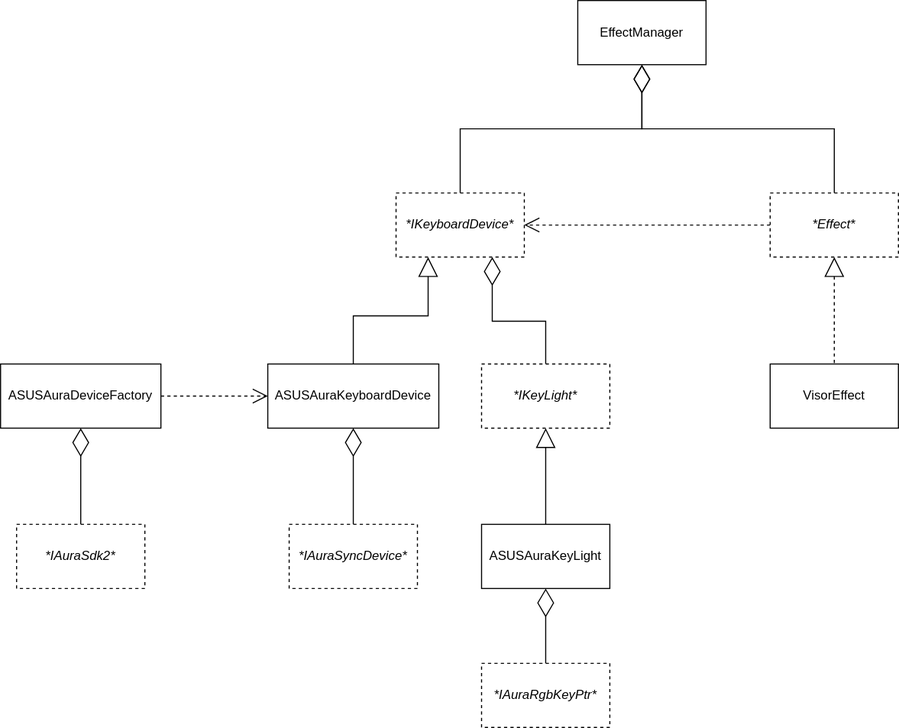
Before: resources/Architecture.svg, a diagram exported from draw.io (JE-FH/RGBStudio). Source tidied: cells renumbered, new cells last; positions are measured from the earlier drawing's top-left corner, leaving out a move shared by most shapes.
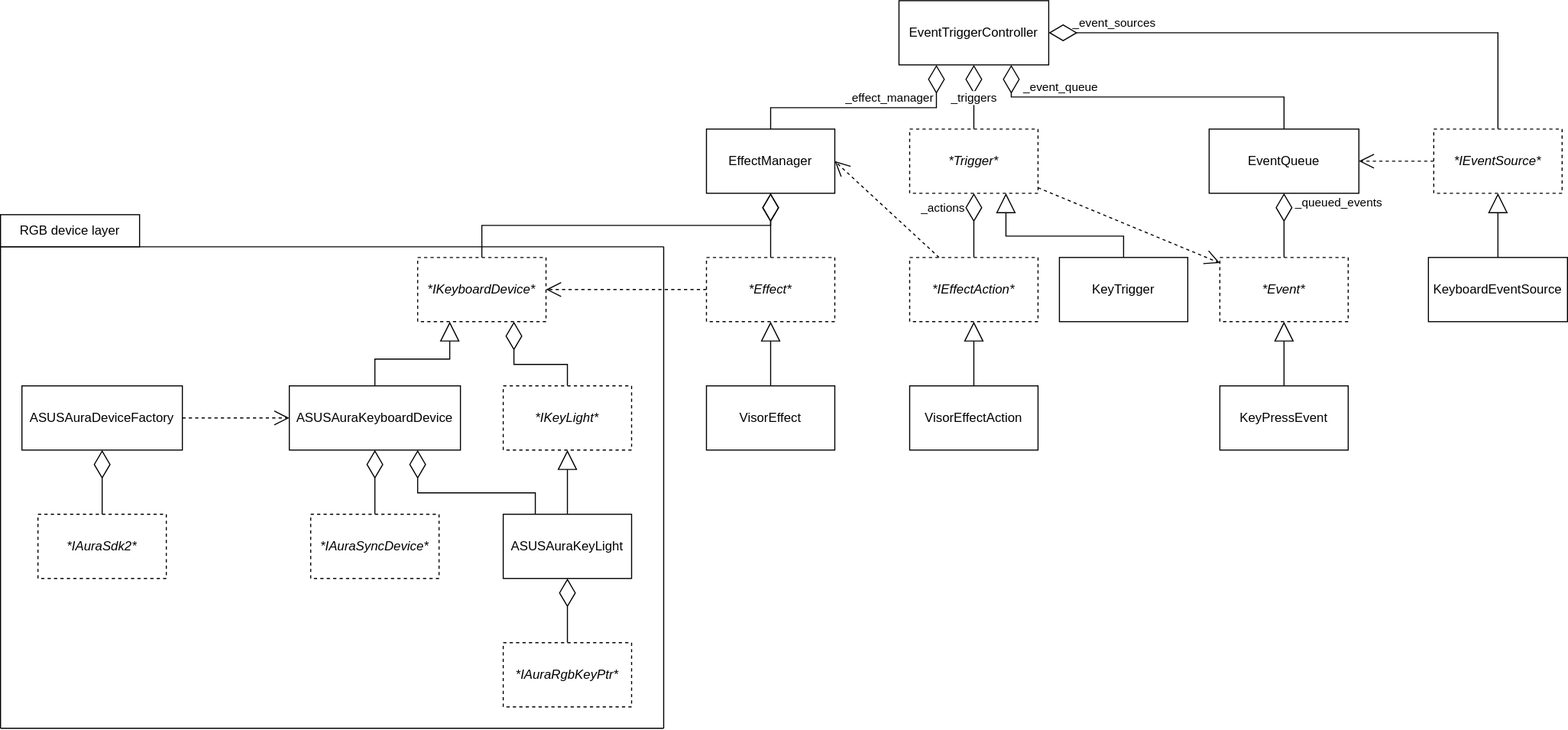
The same diagram one commit later.

Change to the diagram source:
```diff
@@ -1,4 +1,4 @@
-<mxGraphModel background="#ffffff">
+<mxGraphModel>
   <root>
     <mxCell id="0" />
     <mxCell id="1" parent="0" />
@@ -9,16 +9,16 @@
       <mxGeometry relative="1" as="geometry" />
     </mxCell>
     <mxCell id="4" value="*IKeyboardDevice*" style="rounded=0;whiteSpace=wrap;html=1;dashed=1;fontStyle=2;" parent="1" vertex="1">
-      <mxGeometry x="370" y="180" width="120" height="60" as="geometry" />
+      <mxGeometry x="270" y="210" width="120" height="60" as="geometry" />
     </mxCell>
     <mxCell id="5" style="edgeStyle=orthogonalEdgeStyle;rounded=0;jettySize=auto;html=1;entryX=0.5;entryY=0;entryDx=0;entryDy=0;startArrow=diamondThin;startFill=0;endArrow=none;endFill=0;startSize=24;endSize=12;" parent="1" edge="1" source="7" target="12">
       <mxGeometry relative="1" as="geometry" />
     </mxCell>
-    <mxCell id="6" style="edgeStyle=orthogonalEdgeStyle;rounded=0;jumpStyle=none;jettySize=auto;html=1;exitX=0.75;exitY=1;exitDx=0;exitDy=0;entryX=0.25;entryY=0;entryDx=0;entryDy=0;startArrow=diamondThin;startFill=0;endArrow=none;endFill=0;startSize=24;endSize=12;strokeColor=default;" parent="1" edge="1" source="7" target="16">
+    <mxCell id="6" style="edgeStyle=orthogonalEdgeStyle;rounded=0;jumpStyle=none;jettySize=auto;html=1;exitX=0.75;exitY=1;exitDx=0;exitDy=0;entryX=0.25;entryY=0;entryDx=0;entryDy=0;startArrow=diamondThin;startFill=0;endArrow=none;endFill=0;startSize=24;endSize=12;" parent="1" edge="1" source="7" target="16">
       <mxGeometry relative="1" as="geometry" />
     </mxCell>
     <mxCell id="7" value="ASUSAuraKeyboardDevice" style="rounded=0;whiteSpace=wrap;html=1;align=center;" parent="1" vertex="1">
-      <mxGeometry x="250" y="340" width="160" height="60" as="geometry" />
+      <mxGeometry x="150" y="330" width="160" height="60" as="geometry" />
     </mxCell>
     <mxCell id="8" style="edgeStyle=orthogonalEdgeStyle;rounded=0;jettySize=auto;html=1;exitX=1;exitY=0.5;exitDx=0;exitDy=0;entryX=0;entryY=0.5;entryDx=0;entryDy=0;startArrow=none;startFill=0;endArrow=open;endFill=0;startSize=16;dashed=1;endSize=12;" parent="1" edge="1" source="10" target="7">
       <mxGeometry relative="1" as="geometry" />
@@ -27,59 +27,195 @@
       <mxGeometry relative="1" as="geometry" />
     </mxCell>
     <mxCell id="10" value="ASUSAuraDeviceFactory" style="rounded=0;whiteSpace=wrap;html=1;" parent="1" vertex="1">
-      <mxGeometry y="340" width="150" height="60" as="geometry" />
+      <mxGeometry x="-100" y="330" width="150" height="60" as="geometry" />
     </mxCell>
     <mxCell id="11" value="*IAuraSdk2*" style="rounded=0;whiteSpace=wrap;html=1;dashed=1;fontStyle=2;" parent="1" vertex="1">
-      <mxGeometry x="15" y="490" width="120" height="60" as="geometry" />
+      <mxGeometry x="-85" y="450" width="120" height="60" as="geometry" />
     </mxCell>
     <mxCell id="12" value="*IAuraSyncDevice*" style="rounded=0;whiteSpace=wrap;html=1;dashed=1;fontStyle=2;" parent="1" vertex="1">
-      <mxGeometry x="270" y="490" width="120" height="60" as="geometry" />
+      <mxGeometry x="170" y="450" width="120" height="60" as="geometry" />
     </mxCell>
     <mxCell id="13" style="edgeStyle=orthogonalEdgeStyle;rounded=0;jettySize=auto;html=1;entryX=0.5;entryY=0;entryDx=0;entryDy=0;startArrow=block;startFill=0;endArrow=none;endFill=0;startSize=16;endSize=12;" parent="1" edge="1" source="14" target="16">
       <mxGeometry relative="1" as="geometry" />
     </mxCell>
     <mxCell id="14" value="*IKeyLight*" style="rounded=0;whiteSpace=wrap;html=1;dashed=1;fontStyle=2;" parent="1" vertex="1">
-      <mxGeometry x="450" y="340" width="120" height="60" as="geometry" />
+      <mxGeometry x="350" y="330" width="120" height="60" as="geometry" />
     </mxCell>
     <mxCell id="15" style="edgeStyle=orthogonalEdgeStyle;rounded=0;jettySize=auto;html=1;startArrow=diamondThin;startFill=0;endArrow=none;endFill=0;startSize=24;endSize=12;entryX=0.5;entryY=0;entryDx=0;entryDy=0;" parent="1" edge="1" source="16" target="17">
       <mxGeometry relative="1" as="geometry" />
     </mxCell>
     <mxCell id="16" value="ASUSAuraKeyLight" style="rounded=0;whiteSpace=wrap;html=1;" parent="1" vertex="1">
-      <mxGeometry x="450" y="490" width="120" height="60" as="geometry" />
+      <mxGeometry x="350" y="450" width="120" height="60" as="geometry" />
     </mxCell>
     <mxCell id="17" value="*IAuraRgbKeyPtr*" style="rounded=0;whiteSpace=wrap;html=1;dashed=1;fontStyle=2;" parent="1" vertex="1">
-      <mxGeometry x="450" y="620" width="120" height="60" as="geometry" />
+      <mxGeometry x="350" y="570" width="120" height="60" as="geometry" />
     </mxCell>
     <mxCell id="18" style="edgeStyle=orthogonalEdgeStyle;rounded=0;jumpStyle=none;jettySize=auto;html=1;entryX=1;entryY=0.5;entryDx=0;entryDy=0;dashed=1;startArrow=none;startFill=0;endArrow=open;endFill=0;startSize=24;endSize=12;" parent="1" edge="1" source="20" target="4">
       <mxGeometry relative="1" as="geometry" />
     </mxCell>
-    <mxCell id="19" style="edgeStyle=orthogonalEdgeStyle;rounded=0;jumpStyle=none;jettySize=auto;html=1;exitX=0.5;exitY=1;exitDx=0;exitDy=0;entryX=0.5;entryY=0;entryDx=0;entryDy=0;dashed=1;startArrow=block;startFill=0;endArrow=none;endFill=0;startSize=16;endSize=12;" parent="1" edge="1" source="20" target="21">
+    <mxCell id="19" style="edgeStyle=orthogonalEdgeStyle;rounded=0;jumpStyle=none;jettySize=auto;html=1;exitX=0.5;exitY=1;exitDx=0;exitDy=0;entryX=0.5;entryY=0;entryDx=0;entryDy=0;startArrow=block;startFill=0;endArrow=none;endFill=0;startSize=16;endSize=12;" parent="1" edge="1" source="20" target="21">
       <mxGeometry relative="1" as="geometry" />
     </mxCell>
     <mxCell id="20" value="*Effect*" style="rounded=0;whiteSpace=wrap;html=1;dashed=1;fontStyle=2;" parent="1" vertex="1">
-      <mxGeometry x="720" y="180" width="120" height="60" as="geometry" />
+      <mxGeometry x="540" y="210" width="120" height="60" as="geometry" />
     </mxCell>
     <mxCell id="21" value="VisorEffect" style="rounded=0;whiteSpace=wrap;html=1;" parent="1" vertex="1">
-      <mxGeometry x="720" y="340" width="120" height="60" as="geometry" />
+      <mxGeometry x="540" y="330" width="120" height="60" as="geometry" />
     </mxCell>
     <mxCell id="22" style="edgeStyle=orthogonalEdgeStyle;rounded=0;jumpStyle=none;jettySize=auto;html=1;entryX=0.5;entryY=0;entryDx=0;entryDy=0;startArrow=diamondThin;startFill=0;endArrow=none;endFill=0;startSize=24;endSize=12;exitX=0.5;exitY=1;exitDx=0;exitDy=0;" parent="1" edge="1" source="24" target="4">
       <mxGeometry relative="1" as="geometry">
         <Array as="points">
-          <mxPoint x="600" y="120" />
-          <mxPoint x="430" y="120" />
+          <mxPoint x="600" y="180" />
+          <mxPoint x="330" y="180" />
         </Array>
       </mxGeometry>
     </mxCell>
     <mxCell id="23" style="edgeStyle=orthogonalEdgeStyle;rounded=0;jumpStyle=none;jettySize=auto;html=1;exitX=0.5;exitY=1;exitDx=0;exitDy=0;entryX=0.5;entryY=0;entryDx=0;entryDy=0;startArrow=diamondThin;startFill=0;endArrow=none;endFill=0;startSize=24;endSize=12;" parent="1" edge="1" source="24" target="20">
       <mxGeometry relative="1" as="geometry">
         <Array as="points">
-          <mxPoint x="600" y="120" />
-          <mxPoint x="780" y="120" />
+          <mxPoint x="600" y="200" />
+          <mxPoint x="600" y="200" />
         </Array>
       </mxGeometry>
     </mxCell>
     <mxCell id="24" value="EffectManager" style="rounded=0;whiteSpace=wrap;html=1;" parent="1" vertex="1">
-      <mxGeometry x="540" width="120" height="60" as="geometry" />
+      <mxGeometry x="540" y="90" width="120" height="60" as="geometry" />
     </mxCell>
+    <mxCell id="25" style="edgeStyle=orthogonalEdgeStyle;html=1;entryX=0.5;entryY=0;entryDx=0;entryDy=0;startArrow=diamondThin;startFill=0;endArrow=none;endFill=0;endSize=24;startSize=24;rounded=0;exitX=0.25;exitY=1;exitDx=0;exitDy=0;" parent="1" edge="1" source="35" target="24">
+      <mxGeometry relative="1" as="geometry">
+        <Array as="points">
+          <mxPoint x="755" y="70" />
+          <mxPoint x="600" y="70" />
+        </Array>
+      </mxGeometry>
+    </mxCell>
+    <mxCell id="26" value="_effect_manager" style="edgeLabel;html=1;align=center;verticalAlign=middle;" parent="25" vertex="1">
+      <mxGeometry x="-0.23" y="-2" relative="1" as="geometry">
+        <mxPoint x="-2" y="-8" as="offset" />
+      </mxGeometry>
+    </mxCell>
+    <mxCell id="27" style="edgeStyle=orthogonalEdgeStyle;rounded=0;html=1;exitX=1;exitY=0.5;exitDx=0;exitDy=0;entryX=0.5;entryY=0;entryDx=0;entryDy=0;startArrow=diamondThin;startFill=0;endArrow=none;endFill=0;startSize=24;endSize=24;" parent="1" edge="1" source="35" target="37">
+      <mxGeometry relative="1" as="geometry" />
+    </mxCell>
+    <mxCell id="28" value="_event_sources" style="edgeLabel;html=1;align=center;verticalAlign=middle;" parent="27" vertex="1">
+      <mxGeometry x="-0.78" relative="1" as="geometry">
+        <mxPoint x="4" y="-10" as="offset" />
+      </mxGeometry>
+    </mxCell>
+    <mxCell id="29" style="edgeStyle=orthogonalEdgeStyle;html=1;entryX=0.5;entryY=0;entryDx=0;entryDy=0;endArrow=none;endFill=0;startArrow=diamondThin;startFill=0;startSize=24;rounded=0;exitX=0.5;exitY=1;exitDx=0;exitDy=0;" parent="1" edge="1" source="44" target="43">
+      <mxGeometry relative="1" as="geometry" />
+    </mxCell>
+    <mxCell id="30" value="_queued_events" style="edgeLabel;html=1;align=center;verticalAlign=middle;" parent="29" vertex="1">
+      <mxGeometry x="-0.53" y="-1" relative="1" as="geometry">
+        <mxPoint x="51" y="-6" as="offset" />
+      </mxGeometry>
+    </mxCell>
+    <mxCell id="31" style="edgeStyle=orthogonalEdgeStyle;rounded=0;html=1;exitX=0.75;exitY=1;exitDx=0;exitDy=0;entryX=0.5;entryY=0;entryDx=0;entryDy=0;startArrow=diamondThin;startFill=0;endArrow=none;endFill=0;startSize=24;endSize=12;" parent="1" edge="1" source="35" target="44">
+      <mxGeometry relative="1" as="geometry" />
+    </mxCell>
+    <mxCell id="32" value="_event_queue" style="edgeLabel;html=1;align=center;verticalAlign=middle;" parent="31" vertex="1">
+      <mxGeometry x="-0.4" y="1" relative="1" as="geometry">
+        <mxPoint x="-19" y="-9" as="offset" />
+      </mxGeometry>
+    </mxCell>
+    <mxCell id="33" style="edgeStyle=orthogonalEdgeStyle;rounded=0;html=1;entryX=0.5;entryY=0;entryDx=0;entryDy=0;startArrow=diamondThin;startFill=0;endArrow=none;endFill=0;startSize=24;endSize=12;" parent="1" edge="1" source="35" target="42">
+      <mxGeometry relative="1" as="geometry" />
+    </mxCell>
+    <mxCell id="34" value="_triggers" style="edgeLabel;html=1;align=center;verticalAlign=middle;" parent="33" vertex="1">
+      <mxGeometry x="0.68" y="-1" relative="1" as="geometry">
+        <mxPoint y="-20" as="offset" />
+      </mxGeometry>
+    </mxCell>
+    <mxCell id="35" value="EventTriggerController" style="rounded=0;whiteSpace=wrap;html=1;" parent="1" vertex="1">
+      <mxGeometry x="720" y="-30" width="140" height="60" as="geometry" />
+    </mxCell>
+    <mxCell id="36" style="edgeStyle=none;rounded=0;html=1;exitX=0;exitY=0.5;exitDx=0;exitDy=0;entryX=1;entryY=0.5;entryDx=0;entryDy=0;startArrow=none;startFill=0;endArrow=open;endFill=0;startSize=24;endSize=12;dashed=1;" parent="1" edge="1" source="37" target="44">
+      <mxGeometry relative="1" as="geometry" />
+    </mxCell>
+    <mxCell id="37" value="*IEventSource*" style="rounded=0;whiteSpace=wrap;html=1;fontStyle=2;dashed=1;" parent="1" vertex="1">
+      <mxGeometry x="1220" y="90" width="120" height="60" as="geometry" />
+    </mxCell>
+    <mxCell id="38" style="edgeStyle=none;rounded=0;html=1;dashed=1;startArrow=none;startFill=0;endArrow=open;endFill=0;startSize=24;endSize=12;" parent="1" edge="1" source="42" target="43">
+      <mxGeometry relative="1" as="geometry" />
+    </mxCell>
+    <mxCell id="39" style="edgeStyle=orthogonalEdgeStyle;rounded=0;html=1;entryX=0.5;entryY=0;entryDx=0;entryDy=0;startArrow=diamondThin;startFill=0;endArrow=none;endFill=0;startSize=24;endSize=12;" parent="1" edge="1" source="42" target="56">
+      <mxGeometry relative="1" as="geometry" />
+    </mxCell>
+    <mxCell id="40" value="_actions" style="edgeLabel;html=1;align=center;verticalAlign=middle;" parent="39" vertex="1">
+      <mxGeometry x="-0.42" y="7" relative="1" as="geometry">
+        <mxPoint x="-37" y="-4" as="offset" />
+      </mxGeometry>
+    </mxCell>
+    <mxCell id="41" style="edgeStyle=orthogonalEdgeStyle;rounded=0;html=1;exitX=0.75;exitY=1;exitDx=0;exitDy=0;entryX=0.5;entryY=0;entryDx=0;entryDy=0;startArrow=block;startFill=0;endArrow=none;endFill=0;startSize=16;endSize=12;" parent="1" edge="1" source="42" target="58">
+      <mxGeometry relative="1" as="geometry">
+        <Array as="points">
+          <mxPoint x="820" y="190" />
+          <mxPoint x="930" y="190" />
+        </Array>
+      </mxGeometry>
+    </mxCell>
+    <mxCell id="42" value="*Trigger*" style="rounded=0;whiteSpace=wrap;html=1;dashed=1;fontStyle=2;" parent="1" vertex="1">
+      <mxGeometry x="730" y="90" width="120" height="60" as="geometry" />
+    </mxCell>
+    <mxCell id="43" value="*Event*" style="rounded=0;whiteSpace=wrap;html=1;fontStyle=2;dashed=1;" parent="1" vertex="1">
+      <mxGeometry x="1020" y="210" width="120" height="60" as="geometry" />
+    </mxCell>
+    <mxCell id="44" value="EventQueue" style="rounded=0;whiteSpace=wrap;html=1;" parent="1" vertex="1">
+      <mxGeometry x="1010" y="90" width="140" height="60" as="geometry" />
+    </mxCell>
+    <mxCell id="45" style="edgeStyle=none;rounded=0;html=1;entryX=0.5;entryY=1;entryDx=0;entryDy=0;startArrow=none;startFill=0;endArrow=block;endFill=0;startSize=24;endSize=16;" parent="1" edge="1" source="46" target="43">
+      <mxGeometry relative="1" as="geometry" />
+    </mxCell>
+    <mxCell id="46" value="KeyPressEvent" style="rounded=0;whiteSpace=wrap;html=1;" parent="1" vertex="1">
+      <mxGeometry x="1020" y="330" width="120" height="60" as="geometry" />
+    </mxCell>
+    <mxCell id="47" style="edgeStyle=none;rounded=0;html=1;exitX=0.5;exitY=0;exitDx=0;exitDy=0;entryX=0.5;entryY=1;entryDx=0;entryDy=0;startArrow=none;startFill=0;endArrow=block;endFill=0;startSize=24;endSize=16;" parent="1" edge="1" source="48" target="37">
+      <mxGeometry relative="1" as="geometry" />
+    </mxCell>
+    <mxCell id="48" value="KeyboardEventSource" style="rounded=0;whiteSpace=wrap;html=1;" parent="1" vertex="1">
+      <mxGeometry x="1215" y="210" width="130" height="60" as="geometry" />
+    </mxCell>
+    <mxCell id="49" style="endArrow=none;html=1;startSize=24;endSize=12;startArrow=none;startFill=0;" parent="1" edge="1">
+      <mxGeometry relative="1" as="geometry">
+        <mxPoint x="-120" y="650" as="sourcePoint" />
+        <mxPoint x="-120" y="200" as="targetPoint" />
+      </mxGeometry>
+    </mxCell>
+    <mxCell id="50" style="endArrow=none;html=1;startSize=24;endSize=12;" parent="1" edge="1">
+      <mxGeometry relative="1" as="geometry">
+        <mxPoint x="-120" y="650" as="sourcePoint" />
+        <mxPoint x="500" y="650" as="targetPoint" />
+      </mxGeometry>
+    </mxCell>
+    <mxCell id="51" style="endArrow=none;html=1;startSize=24;endSize=12;" parent="1" edge="1">
+      <mxGeometry relative="1" as="geometry">
+        <mxPoint x="-120" y="200" as="sourcePoint" />
+        <mxPoint x="500" y="200" as="targetPoint" />
+      </mxGeometry>
+    </mxCell>
+    <mxCell id="52" style="endArrow=none;html=1;startSize=24;endSize=12;" parent="1" edge="1">
+      <mxGeometry relative="1" as="geometry">
+        <mxPoint x="500" y="200" as="sourcePoint" />
+        <mxPoint x="500" y="650" as="targetPoint" />
+      </mxGeometry>
+    </mxCell>
+    <mxCell id="53" value="RGB device layer" style="rounded=0;whiteSpace=wrap;html=1;" parent="1" vertex="1">
+      <mxGeometry x="-120" y="170" width="130" height="30" as="geometry" />
+    </mxCell>
+    <mxCell id="54" style="edgeStyle=none;rounded=0;html=1;entryX=1;entryY=0.5;entryDx=0;entryDy=0;dashed=1;startArrow=none;startFill=0;endArrow=open;endFill=0;startSize=24;endSize=12;" parent="1" edge="1" source="56" target="24">
+      <mxGeometry relative="1" as="geometry" />
+    </mxCell>
+    <mxCell id="55" style="edgeStyle=orthogonalEdgeStyle;rounded=0;html=1;exitX=0.5;exitY=1;exitDx=0;exitDy=0;entryX=0.5;entryY=0;entryDx=0;entryDy=0;startArrow=block;startFill=0;endArrow=none;endFill=0;startSize=16;endSize=12;" parent="1" edge="1" source="56" target="57">
+      <mxGeometry relative="1" as="geometry" />
+    </mxCell>
+    <mxCell id="56" value="*IEffectAction*" style="rounded=0;whiteSpace=wrap;html=1;dashed=1;fontStyle=2;" parent="1" vertex="1">
+      <mxGeometry x="730" y="210" width="120" height="60" as="geometry" />
+    </mxCell>
+    <mxCell id="57" value="VisorEffectAction" style="rounded=0;whiteSpace=wrap;html=1;" parent="1" vertex="1">
+      <mxGeometry x="730" y="330" width="120" height="60" as="geometry" />
+    </mxCell>
+    <mxCell id="58" value="KeyTrigger" style="rounded=0;whiteSpace=wrap;html=1;" parent="1" vertex="1">
+      <mxGeometry x="870" y="210" width="120" height="60" as="geometry" />
+    </mxCell>
   </root>
 </mxGraphModel>
```
